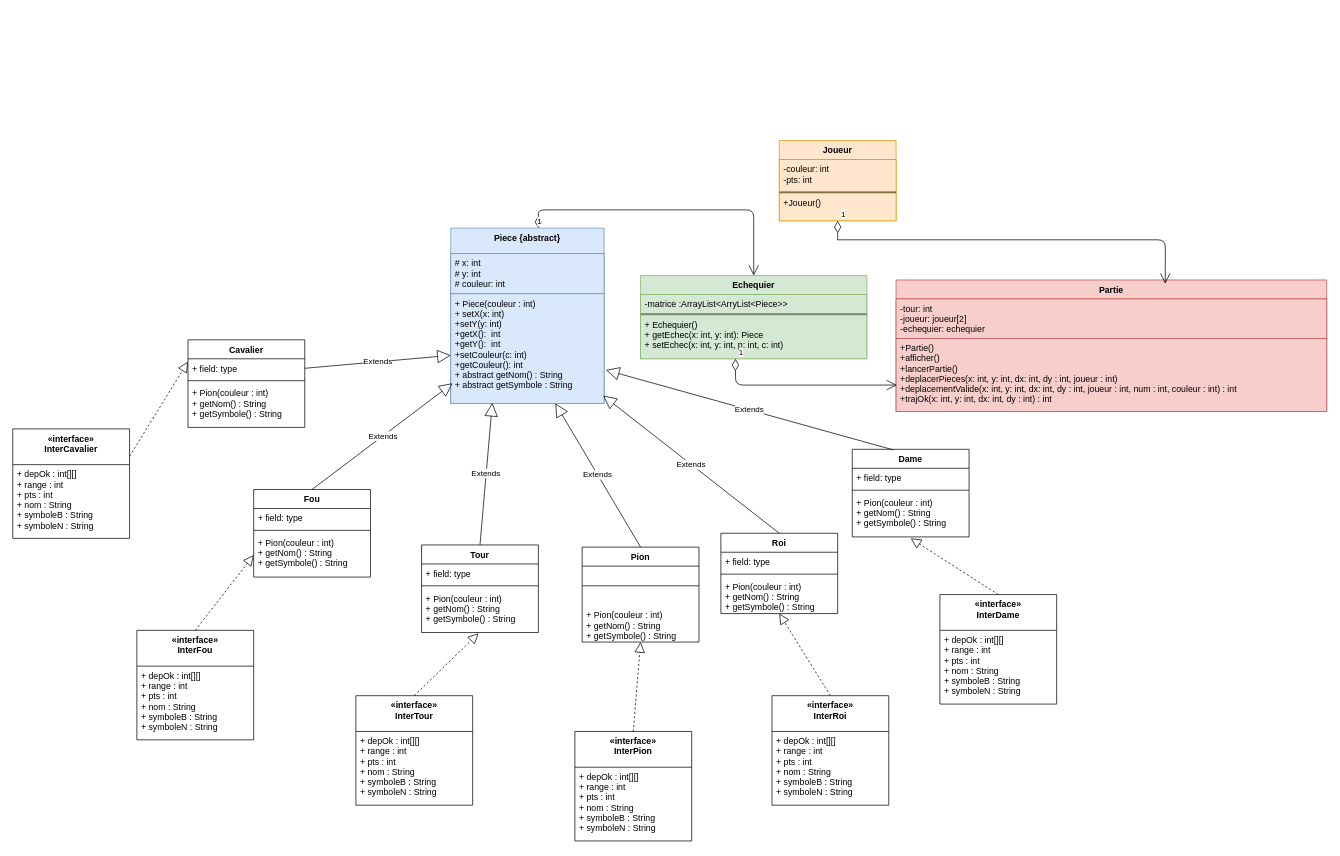
Earlier version of the draw.io diagram diagrammes/diagramme.drawio (LordPax/ProjetJava). Source tidied: cells renumbered, new cells numbered last; positions are measured from the earlier drawing's top-left corner, leaving out a move shared by most shapes. Both pictures are drawn from the tidied source at 73%, with x=0, y=0 at pixel (12, 140).
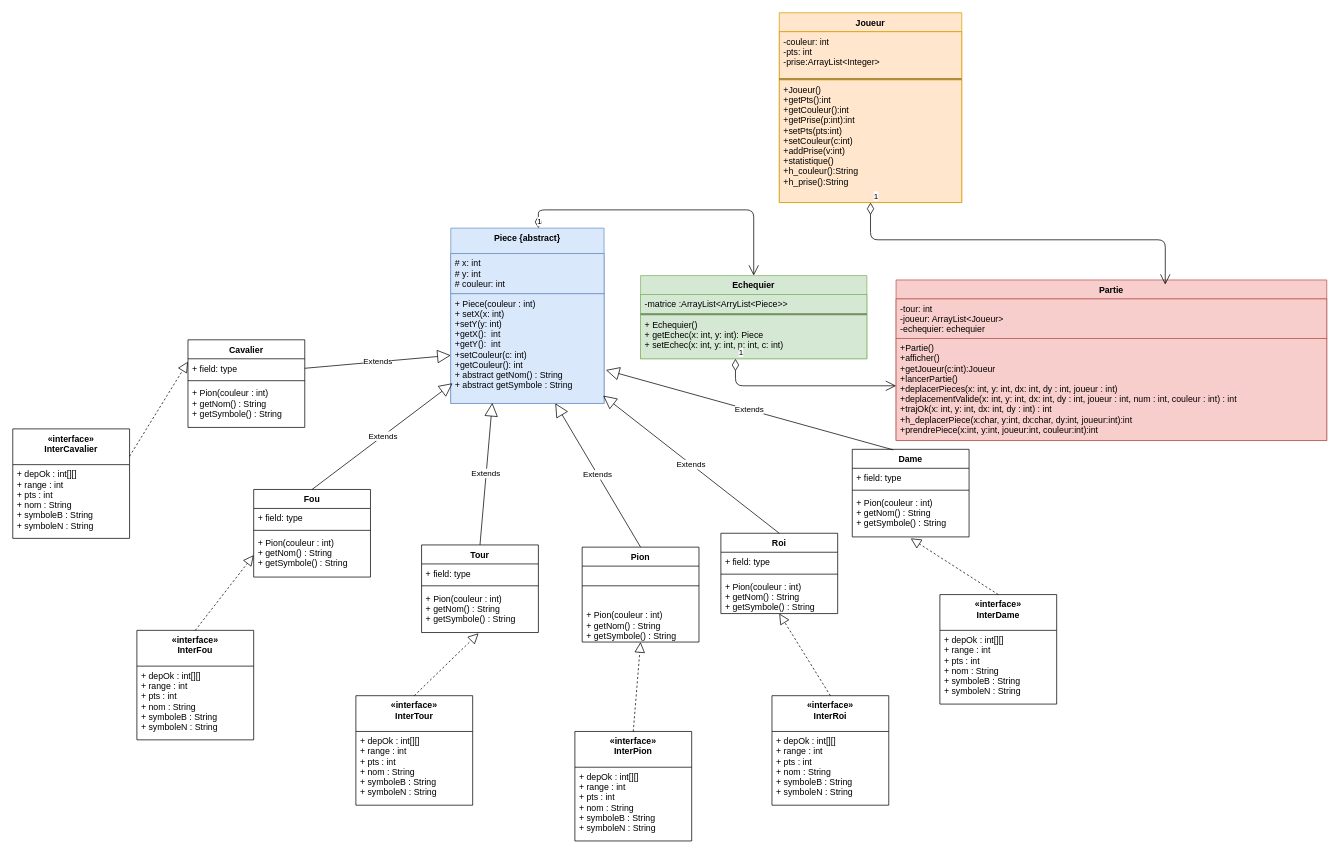
The same page after the edit.

The change refers to these unchanged cells:
```xml
<mxCell id="9" value="+ Echequier()&#10;+ getEchec(x: int, y: int): Piece&#10;+ setEchec(x: int, y: int, p: int, c: int)&#10;&#10;&#10;" style="text;strokeColor=#82b366;fillColor=#d5e8d4;align=left;verticalAlign=top;spacingLeft=4;spacingRight=4;overflow=hidden;points=[[0,0.5],[1,0.5]];portConstraint=eastwest;" parent="6" vertex="1">
  <mxGeometry y="54" width="310" height="60" as="geometry" />
</mxCell>
```

What changed in the source:
```diff
@@
     <mxCell id="10" value="Partie&#10;" style="swimlane;fontStyle=1;align=center;verticalAlign=top;horizontal=1;startSize=26;fillColor=#f8cecc;strokeColor=#b85450;" parent="1" vertex="1">
-      <mxGeometry x="1210" y="191" width="590" height="180" as="geometry" />
+      <mxGeometry x="1210" y="191" width="590" height="220" as="geometry" />
     </mxCell>
-    <mxCell id="11" value="-tour: int&#10;-joueur: joueur[2]&#10;-echequier: echequier&#10;" style="text;strokeColor=#b85450;fillColor=#f8cecc;align=left;verticalAlign=top;spacingLeft=4;spacingRight=4;overflow=hidden;" parent="10" vertex="1">
+    <mxCell id="11" value="-tour: int&#10;-joueur: ArrayList&lt;Joueur&gt;&#10;-echequier: echequier&#10;" style="text;strokeColor=#b85450;fillColor=#f8cecc;align=left;verticalAlign=top;spacingLeft=4;spacingRight=4;overflow=hidden;" parent="10" vertex="1">
       <mxGeometry y="26" width="590" height="54" as="geometry" />
     </mxCell>
@@
-    <mxCell id="13" value="+Partie()&#10;+afficher()&#10;+lancerPartie()&#10;+deplacerPieces(x: int, y: int, dx: int, dy : int, joueur : int)&#10;+deplacementValide(x: int, y: int, dx: int, dy : int, joueur : int, num : int, couleur : int) : int&#10;+trajOk(x: int, y: int, dx: int, dy : int) : int&#10;" style="text;strokeColor=#b85450;fillColor=#f8cecc;align=left;verticalAlign=top;spacingLeft=4;spacingRight=4;overflow=hidden;points=[[0,0.5],[1,0.5]];portConstraint=eastwest;" parent="10" vertex="1">
-      <mxGeometry y="80" width="590" height="100" as="geometry" />
+    <mxCell id="13" value="+Partie()&#10;+afficher()&#10;+getJoueur(c:int):Joueur&#10;+lancerPartie()&#10;+deplacerPieces(x: int, y: int, dx: int, dy : int, joueur : int)&#10;+deplacementValide(x: int, y: int, dx: int, dy : int, joueur : int, num : int, couleur : int) : int&#10;+trajOk(x: int, y: int, dx: int, dy : int) : int&#10;+h_deplacerPiece(x:char, y:int, dx:char, dy:int, joueur:int):int&#10;+prendrePiece(x:int, y:int, joueur:int, couleur:int):int&#10;" style="text;strokeColor=#b85450;fillColor=#f8cecc;align=left;verticalAlign=top;spacingLeft=4;spacingRight=4;overflow=hidden;points=[[0,0.5],[1,0.5]];portConstraint=eastwest;" parent="10" vertex="1">
+      <mxGeometry y="80" width="590" height="140" as="geometry" />
     </mxCell>
     <mxCell id="14" value="Joueur" style="swimlane;fontStyle=1;align=center;verticalAlign=top;horizontal=1;startSize=26;fillColor=#ffe6cc;strokeColor=#d79b00;" parent="1" vertex="1">
-      <mxGeometry x="1050" width="160" height="110" as="geometry" />
+      <mxGeometry x="1050" y="-175" width="250" height="260" as="geometry" />
     </mxCell>
-    <mxCell id="15" value="-couleur: int&#10;-pts: int&#10;" style="text;strokeColor=#d79b00;fillColor=#ffe6cc;align=left;verticalAlign=top;spacingLeft=4;spacingRight=4;overflow=hidden;" parent="14" vertex="1">
-      <mxGeometry y="26" width="160" height="44" as="geometry" />
+    <mxCell id="15" value="-couleur: int&#10;-pts: int&#10;-prise:ArrayList&lt;Integer&gt;&#10;&#10;" style="text;strokeColor=#d79b00;fillColor=#ffe6cc;align=left;verticalAlign=top;spacingLeft=4;spacingRight=4;overflow=hidden;" parent="14" vertex="1">
+      <mxGeometry y="26" width="250" height="64" as="geometry" />
     </mxCell>
     <mxCell id="16" style="line;strokeWidth=1;fillColor=none;align=left;verticalAlign=middle;spacingTop=-1;spacingLeft=3;spacingRight=3;labelPosition=right;" parent="14" vertex="1">
-      <mxGeometry y="70" width="160" height="2" as="geometry" />
+      <mxGeometry y="90" width="250" height="2" as="geometry" />
     </mxCell>
-    <mxCell id="17" value="+Joueur()" style="text;strokeColor=#d79b00;fillColor=#ffe6cc;align=left;verticalAlign=top;spacingLeft=4;spacingRight=4;overflow=hidden;" parent="14" vertex="1">
-      <mxGeometry y="72" width="160" height="38" as="geometry" />
+    <mxCell id="17" value="+Joueur()&#10;+getPts():int&#10;+getCouleur():int&#10;+getPrise(p:int):int&#10;+setPts(pts:int)&#10;+setCouleur(c:int)&#10;+addPrise(v:int)&#10;+statistique()&#10;+h_couleur():String&#10;+h_prise():String&#10;" style="text;strokeColor=#d79b00;fillColor=#ffe6cc;align=left;verticalAlign=top;spacingLeft=4;spacingRight=4;overflow=hidden;" parent="14" vertex="1">
+      <mxGeometry y="92" width="250" height="168" as="geometry" />
     </mxCell>
@@
     <mxCell id="41" value="1" style="endArrow=open;html=1;endSize=12;startArrow=diamondThin;startSize=14;startFill=0;edgeStyle=orthogonalEdgeStyle;align=left;verticalAlign=bottom;entryX=0.625;entryY=0.029;entryDx=0;entryDy=0;entryPerimeter=0;exitX=0.5;exitY=1;exitDx=0;exitDy=0;" parent="1" edge="1" source="14" target="10">
       <mxGeometry x="-1" y="3" relative="1" as="geometry">
         <Array as="points">
-          <mxPoint x="1129" y="136" />
-          <mxPoint x="1309" y="136" />
+          <mxPoint x="1175" y="136" />
+          <mxPoint x="1578" y="136" />
         </Array>
       </mxGeometry>
     </mxCell>
@@
-    <mxCell id="67" value="1" style="endArrow=open;html=1;endSize=12;startArrow=diamondThin;startSize=14;startFill=0;edgeStyle=orthogonalEdgeStyle;align=left;verticalAlign=bottom;entryX=0.002;entryY=0.64;entryDx=0;entryDy=0;entryPerimeter=0;" parent="1" edge="1" source="9" target="13">
+    <mxCell id="67" value="1" style="endArrow=open;html=1;endSize=12;startArrow=diamondThin;startSize=14;startFill=0;edgeStyle=orthogonalEdgeStyle;align=left;verticalAlign=bottom;" parent="1" edge="1" source="9">
       <mxGeometry x="-1" y="3" relative="1" as="geometry">
+        <mxPoint x="1210" y="336" as="targetPoint" />
         <Array as="points">
-          <mxPoint x="990" y="335" />
+          <mxPoint x="990" y="336" />
         </Array>
       </mxGeometry>
     </mxCell>
```
